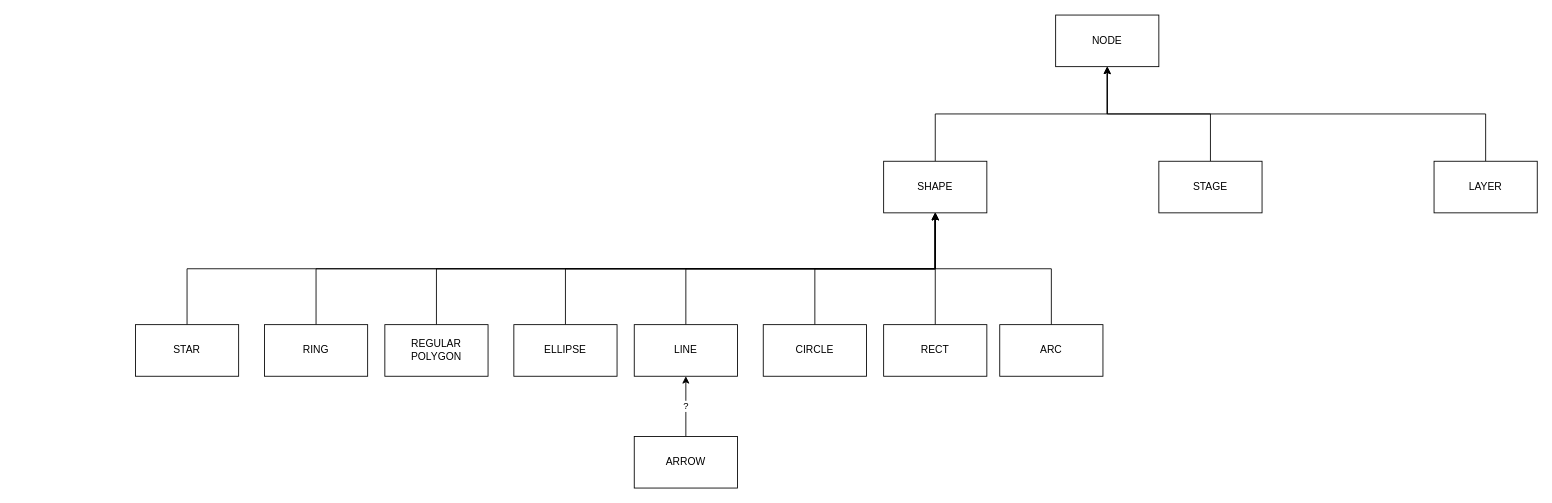
Before: Docs/KonvaHierarchy.drawio in xevilmaxx/BlazorKonva, a draw.io diagram. Source tidied: cells renumbered, new cells numbered last; positions are measured from the earlier drawing's top-left corner, leaving out a move shared by most shapes. Both pictures are drawn from the tidied source at 86%, with x=0, y=0 at pixel (135, 15).
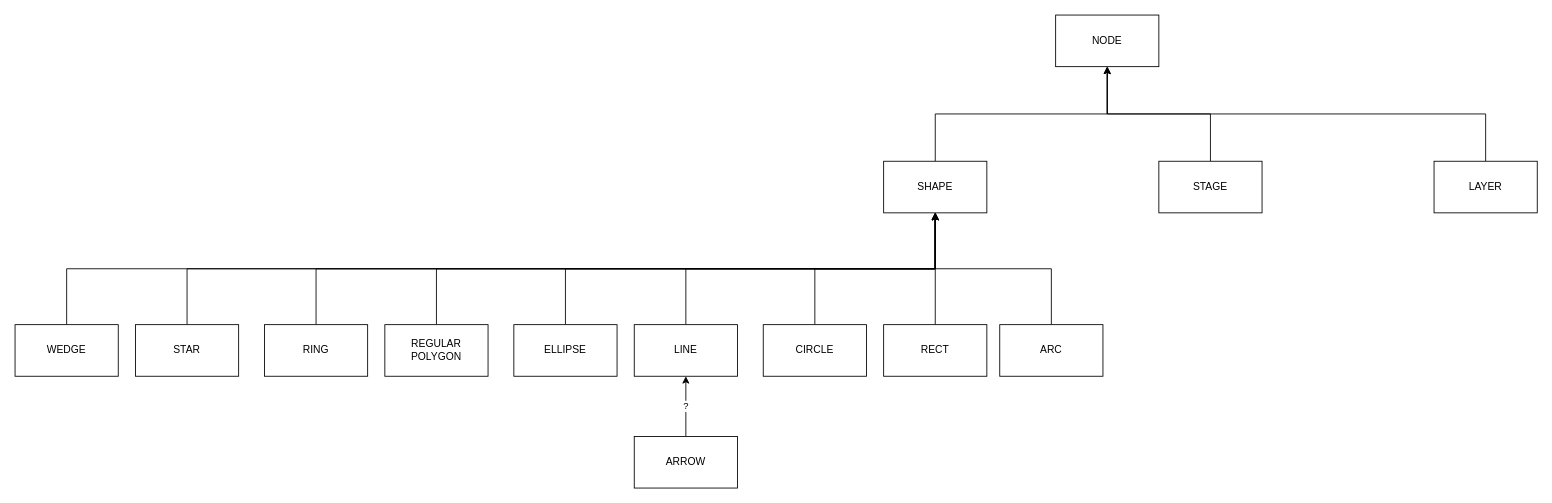
The same page after the edit.

Unchanged cells that the change refers to:
```xml
<mxCell id="4" value="SHAPE" style="rounded=0;whiteSpace=wrap;html=1;" parent="1" vertex="1">
  <mxGeometry x="870" y="170" width="120" height="60" as="geometry" />
</mxCell>
```

Diff of the diagram source:
```diff
@@
+    <mxCell id="27" style="edgeStyle=orthogonalEdgeStyle;rounded=0;jettySize=auto;html=1;entryX=0.5;entryY=1;entryDx=0;entryDy=0;exitX=0.5;exitY=0;exitDx=0;exitDy=0;" parent="1" edge="1" source="28" target="4">
+      <mxGeometry relative="1" as="geometry" />
+    </mxCell>
+    <mxCell id="28" value="WEDGE" style="rounded=0;whiteSpace=wrap;html=1;" parent="1" vertex="1">
+      <mxGeometry x="-140" y="360" width="120" height="60" as="geometry" />
+    </mxCell>
```
